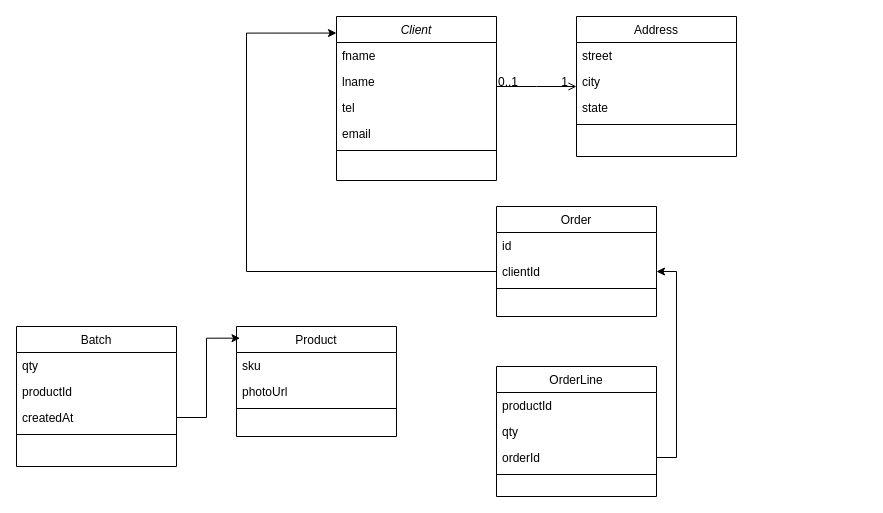
The draw.io diagram Діаграма без назви.drawio in DaddyStannis/forging-crm, before the edit. Source tidied: cells renumbered, new cells numbered last; positions are measured from the earlier drawing's top-left corner, leaving out a move shared by most shapes. Both pictures are drawn from the tidied source at 100%, with x=0, y=0 at pixel (16, 16).
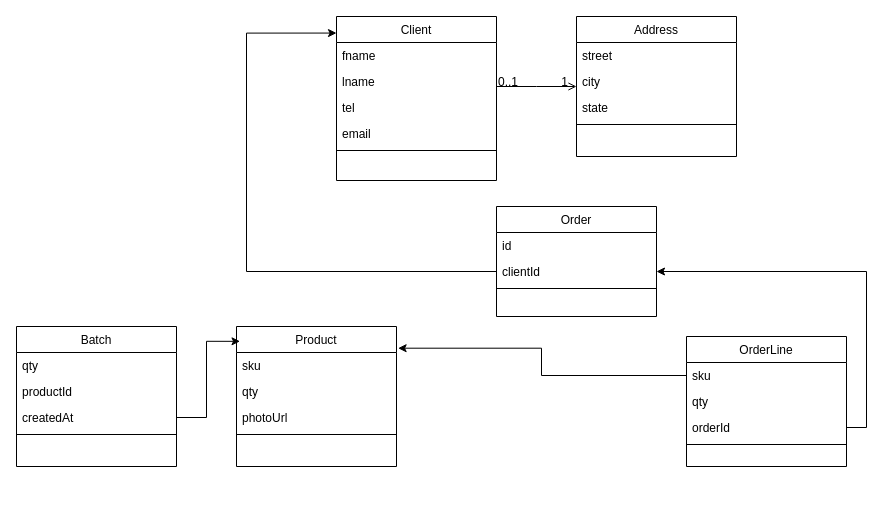
After the change.

The edit, as a diff of the source:
```diff
@@
-    <mxCell id="2" value="Client" style="swimlane;fontStyle=2;align=center;verticalAlign=top;horizontal=1;startSize=26;rounded=0;shadow=0;strokeWidth=1;" parent="1" vertex="1">
+    <mxCell id="2" value="Client" style="swimlane;fontStyle=0;align=center;verticalAlign=top;horizontal=1;startSize=26;rounded=0;shadow=0;strokeWidth=1;" parent="1" vertex="1">
       <mxGeometry x="320" width="160" height="164" as="geometry" />
     </mxCell>
@@
     <mxCell id="21" value="Product" style="swimlane;fontStyle=0;align=center;verticalAlign=top;horizontal=1;startSize=26;rounded=0;shadow=0;strokeWidth=1;" parent="1" vertex="1">
-      <mxGeometry x="220" y="310" width="160" height="110" as="geometry" />
+      <mxGeometry x="220" y="310" width="160" height="140" as="geometry" />
     </mxCell>
@@
+    <mxCell id="37" value="qty" style="text;align=left;verticalAlign=top;spacingLeft=4;spacingRight=4;overflow=hidden;rounded=0;shadow=0;html=0;" parent="21" vertex="1">
+      <mxGeometry y="52" width="160" height="26" as="geometry" />
+    </mxCell>
     <mxCell id="23" value="photoUrl" style="text;align=left;verticalAlign=top;spacingLeft=4;spacingRight=4;overflow=hidden;rounded=0;shadow=0;html=0;" parent="21" vertex="1">
-      <mxGeometry y="52" width="160" height="26" as="geometry" />
+      <mxGeometry y="78" width="160" height="26" as="geometry" />
     </mxCell>
     <mxCell id="24" style="line;html=1;strokeWidth=1;align=left;verticalAlign=middle;spacingTop=-1;spacingLeft=3;spacingRight=3;labelPosition=right;" parent="21" vertex="1">
-      <mxGeometry y="78" width="160" height="8" as="geometry" />
+      <mxGeometry y="104" width="160" height="8" as="geometry" />
     </mxCell>
@@
     <mxCell id="30" value="OrderLine" style="swimlane;fontStyle=0;align=center;verticalAlign=top;horizontal=1;startSize=26;rounded=0;shadow=0;strokeWidth=1;" parent="1" vertex="1">
-      <mxGeometry x="480" y="350" width="160" height="130" as="geometry" />
+      <mxGeometry x="670" y="320" width="160" height="130" as="geometry" />
     </mxCell>
-    <mxCell id="31" value="productId" style="text;align=left;verticalAlign=top;spacingLeft=4;spacingRight=4;overflow=hidden;points=[[0,0.5],[1,0.5]];portConstraint=eastwest;" parent="30" vertex="1">
+    <mxCell id="31" value="sku" style="text;align=left;verticalAlign=top;spacingLeft=4;spacingRight=4;overflow=hidden;points=[[0,0.5],[1,0.5]];portConstraint=eastwest;" parent="30" vertex="1">
       <mxGeometry y="26" width="160" height="26" as="geometry" />
     </mxCell>
@@
+    <mxCell id="38" style="edgeStyle=orthogonalEdgeStyle;rounded=0;jettySize=auto;html=1;exitX=0;exitY=0.5;exitDx=0;exitDy=0;entryX=1.01;entryY=0.155;entryDx=0;entryDy=0;entryPerimeter=0;" parent="1" edge="1" source="31" target="21">
+      <mxGeometry relative="1" as="geometry" />
+    </mxCell>
```
